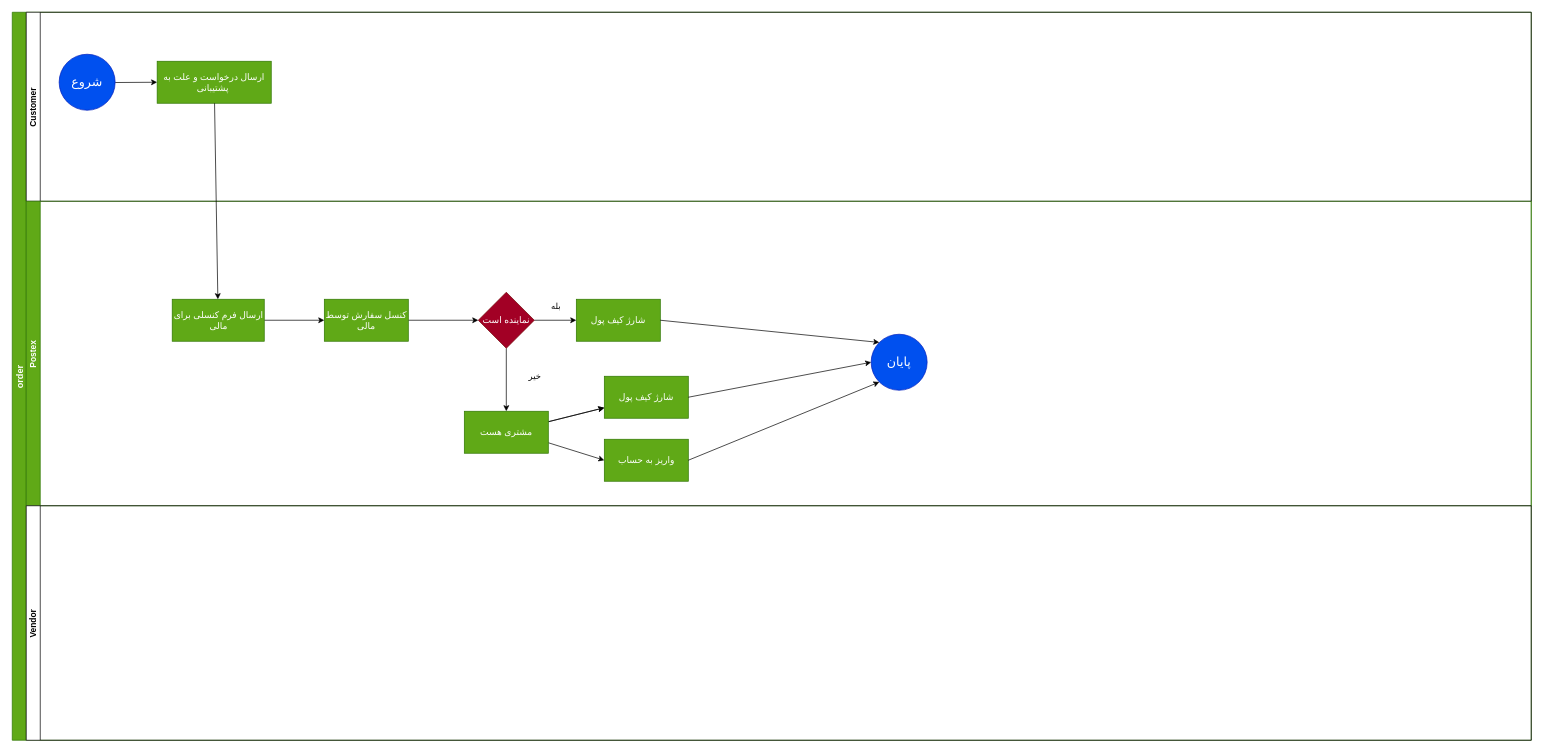
Earlier version of the draw.io diagram cancel order.drawio (behrangaghili/Postex-Documents_Diagrams). Source tidied: cells renumbered, new cells numbered last; positions are measured from the earlier drawing's top-left corner, leaving out a move shared by most shapes. Both pictures are drawn from the tidied source at 70%, with x=0, y=0 at pixel (12, 12).
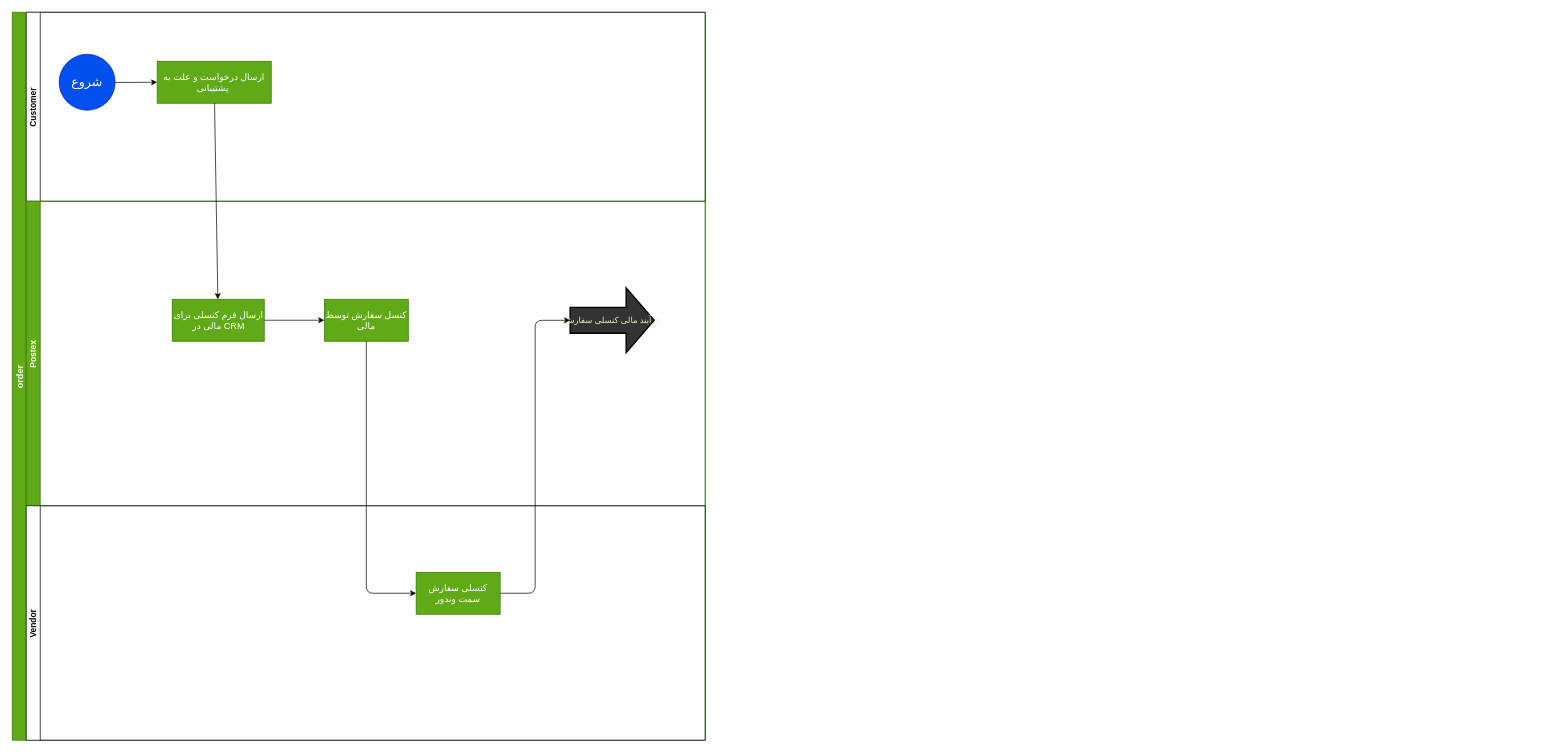
The same page after the edit.

Commit message (it also covers changes not shown here):
Cancel Order

The change refers to these unchanged cells:
```xml
<mxCell id="11" value="کنسل سفارش توسط مالی" style="whiteSpace=wrap;html=1;fontSize=13;fontColor=#ffffff;strokeColor=#2D7600;fillColor=#60a917;" parent="7" vertex="1">
  <mxGeometry x="425.8" y="140" width="120" height="60" as="geometry" />
</mxCell>
```

What changed in the source:
```diff
@@
     <mxCell id="2" value="order" style="swimlane;horizontal=0;startSize=20;fillColor=#60a917;strokeColor=#2D7600;fontColor=#ffffff;fontSize=13;" parent="1" vertex="1">
-      <mxGeometry width="2170" height="1040" as="geometry" />
+      <mxGeometry width="990" height="1040" as="geometry" />
     </mxCell>
     <mxCell id="3" value="Customer" style="swimlane;startSize=20;horizontal=0;" parent="2" vertex="1">
-      <mxGeometry x="20" width="2150" height="270" as="geometry" />
+      <mxGeometry x="20" width="970" height="270" as="geometry" />
     </mxCell>
@@
     <mxCell id="7" value="Postex" style="swimlane;startSize=20;horizontal=0;fillColor=#60a917;strokeColor=#2D7600;fontColor=#ffffff;" parent="2" vertex="1">
-      <mxGeometry x="20" y="270" width="2150" height="435" as="geometry" />
+      <mxGeometry x="20" y="270" width="970" height="435" as="geometry" />
     </mxCell>
@@
-    <mxCell id="9" value="ارسال فرم کنسلی برای مالی" style="whiteSpace=wrap;html=1;fontSize=13;fontColor=#ffffff;strokeColor=#2D7600;fillColor=#60a917;" parent="7" vertex="1">
+    <mxCell id="9" value="ارسال فرم کنسلی برای مالی در CRM" style="whiteSpace=wrap;html=1;fontSize=13;fontColor=#ffffff;strokeColor=#2D7600;fillColor=#60a917;" parent="7" vertex="1">
       <mxGeometry x="208.5" y="140" width="131.5" height="60" as="geometry" />
     </mxCell>
-    <mxCell id="10" style="edgeStyle=none;html=1;" parent="7" edge="1" source="11" target="14">
-      <mxGeometry relative="1" as="geometry" />
-    </mxCell>
@@
-    <mxCell id="12" style="edgeStyle=none;html=1;" parent="7" edge="1" source="14" target="15">
-      <mxGeometry relative="1" as="geometry" />
-    </mxCell>
-    <mxCell id="13" style="edgeStyle=none;html=1;" parent="7" edge="1" source="14" target="19">
-      <mxGeometry relative="1" as="geometry" />
-    </mxCell>
-    <mxCell id="14" value="نماینده است" style="rhombus;whiteSpace=wrap;html=1;fontSize=13;fontColor=#ffffff;strokeColor=#6F0000;fillColor=#a20025;" parent="7" vertex="1">
-      <mxGeometry x="645.8" y="130" width="80" height="80" as="geometry" />
-    </mxCell>
-    <mxCell id="15" value="شارژ کیف پول" style="whiteSpace=wrap;html=1;fontSize=13;fontColor=#ffffff;strokeColor=#2D7600;fillColor=#60a917;" parent="7" vertex="1">
-      <mxGeometry x="785.8" y="140" width="120" height="60" as="geometry" />
-    </mxCell>
-    <mxCell id="16" style="edgeStyle=none;html=1;" parent="7" edge="1" source="19" target="20">
-      <mxGeometry relative="1" as="geometry" />
-    </mxCell>
-    <mxCell id="17" style="edgeStyle=none;html=1;" parent="7" edge="1" source="19" target="20">
-      <mxGeometry relative="1" as="geometry" />
-    </mxCell>
-    <mxCell id="18" style="edgeStyle=none;html=1;exitX=1;exitY=0.75;exitDx=0;exitDy=0;entryX=0;entryY=0.5;entryDx=0;entryDy=0;" parent="7" edge="1" source="19" target="21">
-      <mxGeometry relative="1" as="geometry" />
-    </mxCell>
-    <mxCell id="19" value="مشتری هست" style="whiteSpace=wrap;html=1;fontSize=13;fontColor=#ffffff;strokeColor=#2D7600;fillColor=#60a917;" parent="7" vertex="1">
-      <mxGeometry x="625.8" y="300" width="120" height="60" as="geometry" />
-    </mxCell>
-    <mxCell id="20" value="شارژ کیف پول" style="whiteSpace=wrap;html=1;fontSize=13;fontColor=#ffffff;strokeColor=#2D7600;fillColor=#60a917;" parent="7" vertex="1">
-      <mxGeometry x="825.8" y="250" width="120" height="60" as="geometry" />
-    </mxCell>
-    <mxCell id="21" value="واریز به حساب" style="whiteSpace=wrap;html=1;fontSize=13;fontColor=#ffffff;strokeColor=#2D7600;fillColor=#60a917;" parent="7" vertex="1">
-      <mxGeometry x="825.8" y="340" width="120" height="60" as="geometry" />
-    </mxCell>
-    <mxCell id="22" value="&lt;font color=&quot;#000000&quot;&gt;بله&lt;/font&gt;" style="text;html=1;strokeColor=none;fillColor=none;align=center;verticalAlign=middle;whiteSpace=wrap;rounded=0;" parent="7" vertex="1">
-      <mxGeometry x="737" y="140" width="40" height="20" as="geometry" />
-    </mxCell>
+    <mxCell id="30" value="فرآیند مالی کنسلی سفارش" style="verticalLabelPosition=middle;verticalAlign=middle;html=1;strokeWidth=2;shape=mxgraph.arrows2.arrow;dy=0.6;dx=40;notch=0;fontSize=12;fontColor=#E5F0C2;horizontal=1;labelPosition=center;align=center;fillColor=#333333;" parent="7" vertex="1">
+      <mxGeometry x="777" y="123.8" width="120" height="92.5" as="geometry" />
+    </mxCell>
     <mxCell id="23" value="Vendor" style="swimlane;startSize=20;horizontal=0;" parent="2" vertex="1">
-      <mxGeometry x="20" y="705" width="2150" height="335" as="geometry" />
+      <mxGeometry x="20" y="705" width="970" height="335" as="geometry" />
     </mxCell>
+    <mxCell id="31" value="کنسلی سفارش سمت وندور" style="whiteSpace=wrap;html=1;fontSize=13;fontColor=#ffffff;strokeColor=#2D7600;fillColor=#60a917;" parent="23" vertex="1">
+      <mxGeometry x="557" y="95" width="120" height="60" as="geometry" />
+    </mxCell>
@@
-    <mxCell id="25" value="&lt;font color=&quot;#000000&quot;&gt;خیر&lt;/font&gt;" style="text;html=1;strokeColor=none;fillColor=none;align=center;verticalAlign=middle;whiteSpace=wrap;rounded=0;" parent="1" vertex="1">
-      <mxGeometry x="727" y="510" width="40" height="20" as="geometry" />
-    </mxCell>
-    <mxCell id="26" value="&lt;font style=&quot;font-size: 18px&quot;&gt;پایان&lt;/font&gt;" style="ellipse;whiteSpace=wrap;html=1;fontSize=13;fillColor=#0050ef;strokeColor=#001DBC;fontColor=#ffffff;" parent="1" vertex="1">
-      <mxGeometry x="1227" y="460" width="80" height="80" as="geometry" />
-    </mxCell>
-    <mxCell id="27" style="edgeStyle=none;html=1;exitX=1;exitY=0.5;exitDx=0;exitDy=0;entryX=0;entryY=0;entryDx=0;entryDy=0;" parent="1" edge="1" source="15" target="26">
-      <mxGeometry relative="1" as="geometry" />
-    </mxCell>
-    <mxCell id="28" style="edgeStyle=none;html=1;exitX=1;exitY=0.5;exitDx=0;exitDy=0;entryX=0;entryY=0.5;entryDx=0;entryDy=0;" parent="1" edge="1" source="20" target="26">
-      <mxGeometry relative="1" as="geometry" />
-    </mxCell>
-    <mxCell id="29" style="edgeStyle=none;html=1;exitX=1;exitY=0.5;exitDx=0;exitDy=0;entryX=0;entryY=1;entryDx=0;entryDy=0;" parent="1" edge="1" source="21" target="26">
-      <mxGeometry relative="1" as="geometry" />
-    </mxCell>
+    <mxCell id="32" style="edgeStyle=orthogonalEdgeStyle;html=1;exitX=0.5;exitY=1;exitDx=0;exitDy=0;entryX=0;entryY=0.5;entryDx=0;entryDy=0;" parent="2" edge="1" source="11" target="31">
+      <mxGeometry relative="1" as="geometry" />
+    </mxCell>
+    <mxCell id="33" style="edgeStyle=orthogonalEdgeStyle;html=1;exitX=1;exitY=0.5;exitDx=0;exitDy=0;entryX=0;entryY=0.5;entryDx=0;entryDy=0;entryPerimeter=0;" parent="2" edge="1" source="31" target="30">
+      <mxGeometry relative="1" as="geometry" />
+    </mxCell>
```
